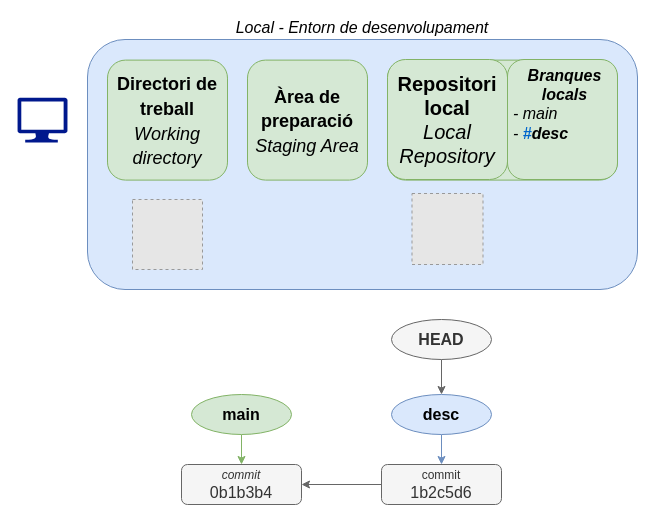
The draw.io diagram docs/apunts/img/branques/commit_desc.drawio in joapuiib/curs-git, before the edit. Source tidied: cells renumbered, new cells numbered last; positions are measured from the earlier drawing's top-left corner, leaving out a move shared by most shapes. Both pictures are drawn from the tidied source at 100%, with x=0, y=0 at pixel (17, 39). Pictures stored in the file or linked from it are replaced by grey dashed boxes.
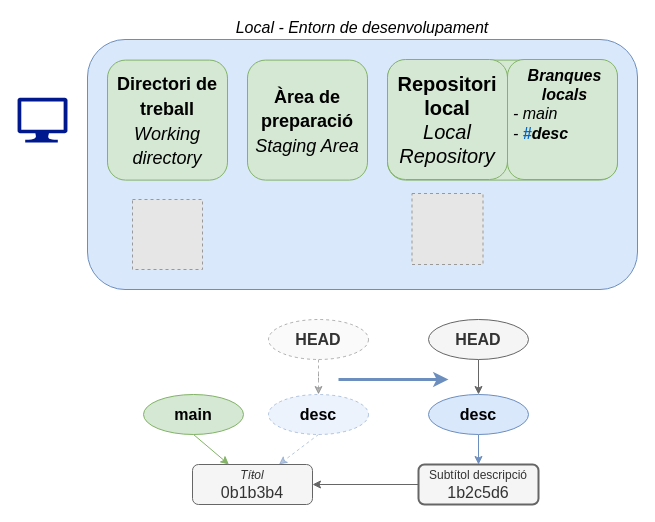
Above is the later version.

Diff of the diagram source:
```diff
@@
-    <mxCell id="11" value="&lt;div style=&quot;line-height: 100%;&quot;&gt;&lt;i&gt;&lt;font style=&quot;font-size: 12px;&quot;&gt;commit&lt;/font&gt;&lt;/i&gt;&lt;/div&gt;0b1b3b4" style="rounded=1;whiteSpace=wrap;html=1;fontSize=16;fillColor=#f5f5f5;strokeColor=#666666;fontColor=#333333;" parent="1" vertex="1">
-      <mxGeometry x="164" y="425" width="120" height="40" as="geometry" />
+    <mxCell id="11" value="&lt;div style=&quot;line-height: 100%;&quot;&gt;&lt;i&gt;&lt;font style=&quot;font-size: 12px;&quot;&gt;Tíŧol&lt;/font&gt;&lt;/i&gt;&lt;/div&gt;0b1b3b4" style="rounded=1;whiteSpace=wrap;html=1;fontSize=16;fillColor=#f5f5f5;strokeColor=#666666;fontColor=#333333;" parent="1" vertex="1">
+      <mxGeometry x="175" y="425" width="120" height="40" as="geometry" />
     </mxCell>
@@
     <mxCell id="13" value="main" style="ellipse;whiteSpace=wrap;html=1;fillColor=#d5e8d4;strokeColor=#82b366;fontSize=16;fontStyle=1;" parent="1" vertex="1">
-      <mxGeometry x="174" y="355" width="100" height="40" as="geometry" />
+      <mxGeometry x="126" y="355" width="100" height="40" as="geometry" />
     </mxCell>
@@
     <mxCell id="15" value="HEAD" style="ellipse;whiteSpace=wrap;html=1;fillColor=#f5f5f5;strokeColor=#666666;fontSize=16;fontStyle=1;fontColor=#333333;" parent="1" vertex="1">
-      <mxGeometry x="374" y="280" width="100" height="40" as="geometry" />
+      <mxGeometry x="411" y="280" width="100" height="40" as="geometry" />
     </mxCell>
@@
     <mxCell id="17" value="desc" style="ellipse;whiteSpace=wrap;html=1;fillColor=#dae8fc;strokeColor=#6c8ebf;fontSize=16;fontStyle=1;" parent="1" vertex="1">
-      <mxGeometry x="374" y="355" width="100" height="40" as="geometry" />
+      <mxGeometry x="411" y="355" width="100" height="40" as="geometry" />
     </mxCell>
@@
-    <mxCell id="19" value="&lt;div style=&quot;line-height: 100%;&quot;&gt;&lt;font style=&quot;font-size: 12px;&quot;&gt;commit&lt;/font&gt;&lt;/div&gt;1b2c5d6" style="rounded=1;whiteSpace=wrap;html=1;fontSize=16;fillColor=#f5f5f5;strokeColor=#666666;fontColor=#333333;" parent="1" vertex="1">
-      <mxGeometry x="364" y="425" width="120" height="40" as="geometry" />
+    <mxCell id="19" value="&lt;div style=&quot;line-height: 100%;&quot;&gt;&lt;span style=&quot;font-size: 12px;&quot;&gt;Subtítol descripció&lt;/span&gt;&lt;/div&gt;1b2c5d6" style="rounded=1;whiteSpace=wrap;html=1;fontSize=16;fillColor=#f5f5f5;strokeColor=#666666;strokeWidth=2;fontColor=#333333;" parent="1" vertex="1">
+      <mxGeometry x="401" y="425" width="120" height="40" as="geometry" />
     </mxCell>
+    <mxCell id="20" style="edgeStyle=orthogonalEdgeStyle;rounded=0;jettySize=auto;html=1;exitX=0.5;exitY=1;exitDx=0;exitDy=0;fillColor=#f5f5f5;strokeColor=#666666;opacity=50;dashed=1;" parent="1" edge="1" source="21" target="23">
+      <mxGeometry relative="1" as="geometry" />
+    </mxCell>
+    <mxCell id="21" value="HEAD" style="ellipse;whiteSpace=wrap;html=1;fillColor=#f5f5f5;strokeColor=#666666;fontSize=16;fontStyle=1;fontColor=#333333;opacity=50;dashed=1;" parent="1" vertex="1">
+      <mxGeometry x="251" y="280" width="100" height="40" as="geometry" />
+    </mxCell>
+    <mxCell id="22" style="rounded=0;jettySize=auto;html=1;exitX=0.5;exitY=1;exitDx=0;exitDy=0;fillColor=#dae8fc;strokeColor=#6c8ebf;opacity=50;dashed=1;" parent="1" edge="1" source="23" target="11">
+      <mxGeometry relative="1" as="geometry" />
+    </mxCell>
+    <mxCell id="23" value="desc" style="ellipse;whiteSpace=wrap;html=1;fillColor=#dae8fc;strokeColor=#6c8ebf;fontSize=16;fontStyle=1;opacity=50;dashed=1;" parent="1" vertex="1">
+      <mxGeometry x="251" y="355" width="100" height="40" as="geometry" />
+    </mxCell>
+    <mxCell id="24" style="endArrow=classic;html=1;rounded=0;strokeWidth=3;fillColor=#dae8fc;strokeColor=#6c8ebf;" parent="1" edge="1">
+      <mxGeometry relative="1" as="geometry">
+        <mxPoint x="321" y="340" as="sourcePoint" />
+        <mxPoint x="431" y="340" as="targetPoint" />
+      </mxGeometry>
+    </mxCell>
```
